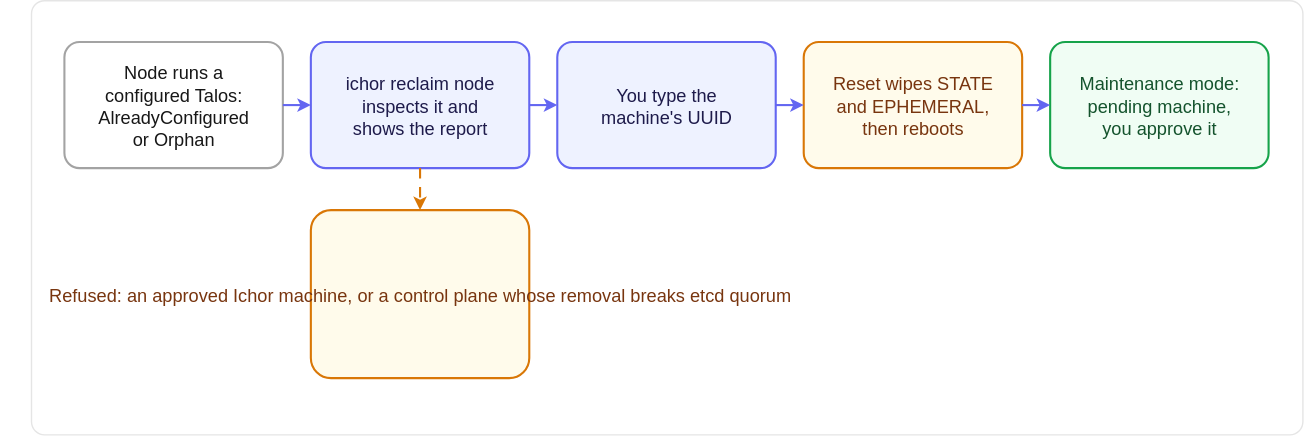
This is docs/images/reclaim-a-machine-flow.light.drawio.svg from maeshinshin/ichor, a draw.io export, as it was before one commit. Source tidied: cells renumbered, new cells last; positions are measured from the earlier drawing's top-left corner, leaving out a move shared by most shapes. The source it was exported from:
```xml
<mxGraphModel>
  <root>
    <mxCell id="0" style="html=0;" />
    <mxCell id="1" style="html=0;" parent="0" />
    <mxCell id="2" style="rounded=1;arcSize=3;fillColor=light-dark(#FFFFFF,#0A0A0A);strokeColor=light-dark(#E5E5E5,#262626);strokeWidth=1;html=0;" parent="1" vertex="1">
      <mxGeometry width="908" height="310" as="geometry" />
    </mxCell>
    <mxCell id="3" value="Node runs a&#10;configured Talos:&#10;AlreadyConfigured&#10;or Orphan" style="rounded=1;arcSize=12;fillColor=light-dark(#FFFFFF,#1A1A1A);strokeColor=light-dark(#A3A3A3,#525252);strokeWidth=1.5;fontColor=light-dark(#171717,#FAFAFA);fontFamily=Helvetica;fontSize=13;align=center;verticalAlign=middle;html=0;" parent="1" vertex="1">
      <mxGeometry x="24" y="30" width="156" height="90" as="geometry" />
    </mxCell>
    <mxCell id="4" value="ichor reclaim node&#10;inspects it and&#10;shows the report" style="rounded=1;arcSize=12;fillColor=light-dark(#EEF2FF,#232553);strokeColor=light-dark(#6366F1,#818CF8);strokeWidth=1.5;fontColor=light-dark(#1E1B4B,#E0E7FF);fontFamily=Helvetica;fontSize=13;align=center;verticalAlign=middle;html=0;" parent="1" vertex="1">
      <mxGeometry x="200" y="30" width="156" height="90" as="geometry" />
    </mxCell>
    <mxCell id="5" value="You type the&#10;machine's UUID" style="rounded=1;arcSize=12;fillColor=light-dark(#EEF2FF,#232553);strokeColor=light-dark(#6366F1,#818CF8);strokeWidth=1.5;fontColor=light-dark(#1E1B4B,#E0E7FF);fontFamily=Helvetica;fontSize=13;align=center;verticalAlign=middle;html=0;" parent="1" vertex="1">
      <mxGeometry x="376" y="30" width="156" height="90" as="geometry" />
    </mxCell>
    <mxCell id="6" value="Reset wipes STATE&#10;and EPHEMERAL,&#10;then reboots" style="rounded=1;arcSize=12;fillColor=light-dark(#FFFBEB,#2B2008);strokeColor=light-dark(#D97706,#FBBF24);strokeWidth=1.5;fontColor=light-dark(#78350F,#FDE68A);fontFamily=Helvetica;fontSize=13;align=center;verticalAlign=middle;html=0;" parent="1" vertex="1">
      <mxGeometry x="552" y="30" width="156" height="90" as="geometry" />
    </mxCell>
    <mxCell id="7" value="Maintenance mode:&#10;pending machine,&#10;you approve it" style="rounded=1;arcSize=12;fillColor=light-dark(#F0FDF4,#0E2A1B);strokeColor=light-dark(#16A34A,#4ADE80);strokeWidth=1.5;fontColor=light-dark(#14532D,#BBF7D0);fontFamily=Helvetica;fontSize=13;align=center;verticalAlign=middle;html=0;" parent="1" vertex="1">
      <mxGeometry x="728" y="30" width="156" height="90" as="geometry" />
    </mxCell>
    <mxCell id="8" value="Refused: an approved Ichor machine, or a control plane whose removal breaks etcd quorum" style="rounded=1;arcSize=12;fillColor=light-dark(#FFFBEB,#2B2008);strokeColor=light-dark(#D97706,#FBBF24);strokeWidth=1.5;fontColor=light-dark(#78350F,#FDE68A);fontFamily=Helvetica;fontSize=13;align=center;verticalAlign=middle;html=0;" parent="1" vertex="1">
      <mxGeometry x="200" y="150" width="156" height="120" as="geometry" />
    </mxCell>
    <mxCell id="9" style="edgeStyle=orthogonalEdgeStyle;rounded=1;jettySize=auto;strokeColor=light-dark(#6366F1,#818CF8);strokeWidth=1.5;endArrow=classic;endFill=1;endSize=5;startArrow=none;startFill=1;startSize=5;exitX=1;exitY=0.5;exitDx=0;exitDy=0;entryX=0;entryY=0.5;entryDx=0;entryDy=0;html=0;" parent="1" edge="1" source="3" target="4">
      <mxGeometry relative="1" as="geometry" />
    </mxCell>
    <mxCell id="10" style="edgeStyle=orthogonalEdgeStyle;rounded=1;jettySize=auto;strokeColor=light-dark(#6366F1,#818CF8);strokeWidth=1.5;endArrow=classic;endFill=1;endSize=5;startArrow=none;startFill=1;startSize=5;exitX=1;exitY=0.5;exitDx=0;exitDy=0;entryX=0;entryY=0.5;entryDx=0;entryDy=0;html=0;" parent="1" edge="1" source="4" target="5">
      <mxGeometry relative="1" as="geometry" />
    </mxCell>
    <mxCell id="11" style="edgeStyle=orthogonalEdgeStyle;rounded=1;jettySize=auto;strokeColor=light-dark(#6366F1,#818CF8);strokeWidth=1.5;endArrow=classic;endFill=1;endSize=5;startArrow=none;startFill=1;startSize=5;exitX=1;exitY=0.5;exitDx=0;exitDy=0;entryX=0;entryY=0.5;entryDx=0;entryDy=0;html=0;" parent="1" edge="1" source="5" target="6">
      <mxGeometry relative="1" as="geometry" />
    </mxCell>
    <mxCell id="12" style="edgeStyle=orthogonalEdgeStyle;rounded=1;jettySize=auto;strokeColor=light-dark(#6366F1,#818CF8);strokeWidth=1.5;endArrow=classic;endFill=1;endSize=5;startArrow=none;startFill=1;startSize=5;exitX=1;exitY=0.5;exitDx=0;exitDy=0;entryX=0;entryY=0.5;entryDx=0;entryDy=0;html=0;" parent="1" edge="1" source="6" target="7">
      <mxGeometry relative="1" as="geometry" />
    </mxCell>
    <mxCell id="13" style="edgeStyle=orthogonalEdgeStyle;rounded=1;jettySize=auto;strokeColor=light-dark(#D97706,#FBBF24);strokeWidth=1.5;endArrow=classic;endFill=1;endSize=5;startArrow=none;startFill=1;startSize=5;exitX=0.5;exitY=1;exitDx=0;exitDy=0;entryX=0.5;entryY=0;entryDx=0;entryDy=0;dashed=1;dashPattern=5 4;html=0;" parent="1" edge="1" source="4" target="8">
      <mxGeometry relative="1" as="geometry" />
    </mxCell>
  </root>
</mxGraphModel>
```
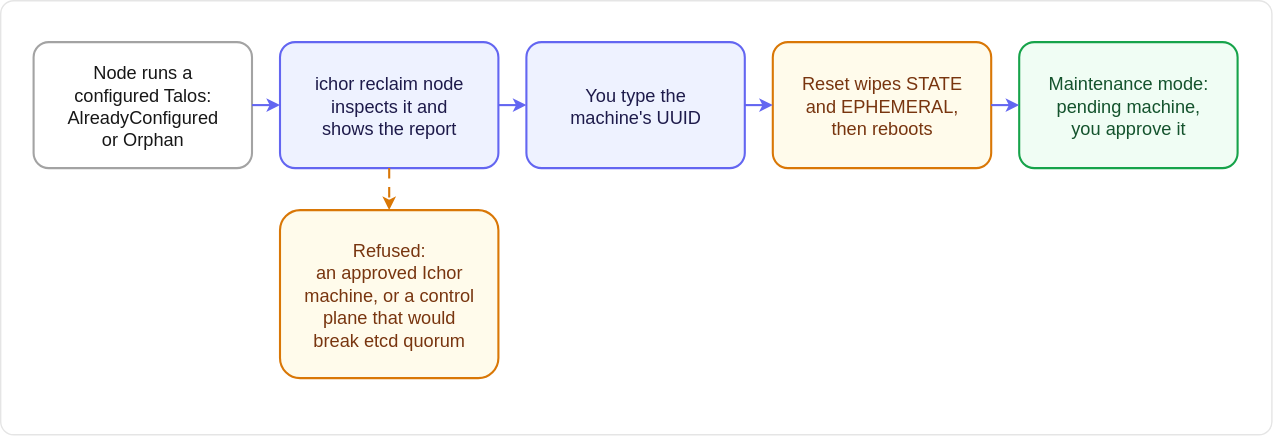
After the change.

The edit, as a diff of the source:
```diff
@@ -20,7 +20,7 @@
     <mxCell id="7" value="Maintenance mode:&#10;pending machine,&#10;you approve it" style="rounded=1;arcSize=12;fillColor=light-dark(#F0FDF4,#0E2A1B);strokeColor=light-dark(#16A34A,#4ADE80);strokeWidth=1.5;fontColor=light-dark(#14532D,#BBF7D0);fontFamily=Helvetica;fontSize=13;align=center;verticalAlign=middle;html=0;" parent="1" vertex="1">
       <mxGeometry x="728" y="30" width="156" height="90" as="geometry" />
     </mxCell>
-    <mxCell id="8" value="Refused: an approved Ichor machine, or a control plane whose removal breaks etcd quorum" style="rounded=1;arcSize=12;fillColor=light-dark(#FFFBEB,#2B2008);strokeColor=light-dark(#D97706,#FBBF24);strokeWidth=1.5;fontColor=light-dark(#78350F,#FDE68A);fontFamily=Helvetica;fontSize=13;align=center;verticalAlign=middle;html=0;" parent="1" vertex="1">
+    <mxCell id="8" value="Refused:&#10;an approved Ichor&#10;machine, or a control&#10;plane that would&#10;break etcd quorum" style="rounded=1;arcSize=12;fillColor=light-dark(#FFFBEB,#2B2008);strokeColor=light-dark(#D97706,#FBBF24);strokeWidth=1.5;fontColor=light-dark(#78350F,#FDE68A);fontFamily=Helvetica;fontSize=13;align=center;verticalAlign=middle;html=0;" parent="1" vertex="1">
       <mxGeometry x="200" y="150" width="156" height="120" as="geometry" />
     </mxCell>
     <mxCell id="9" style="edgeStyle=orthogonalEdgeStyle;rounded=1;jettySize=auto;strokeColor=light-dark(#6366F1,#818CF8);strokeWidth=1.5;endArrow=classic;endFill=1;endSize=5;startArrow=none;startFill=1;startSize=5;exitX=1;exitY=0.5;exitDx=0;exitDy=0;entryX=0;entryY=0.5;entryDx=0;entryDy=0;html=0;" parent="1" edge="1" source="3" target="4">
```
